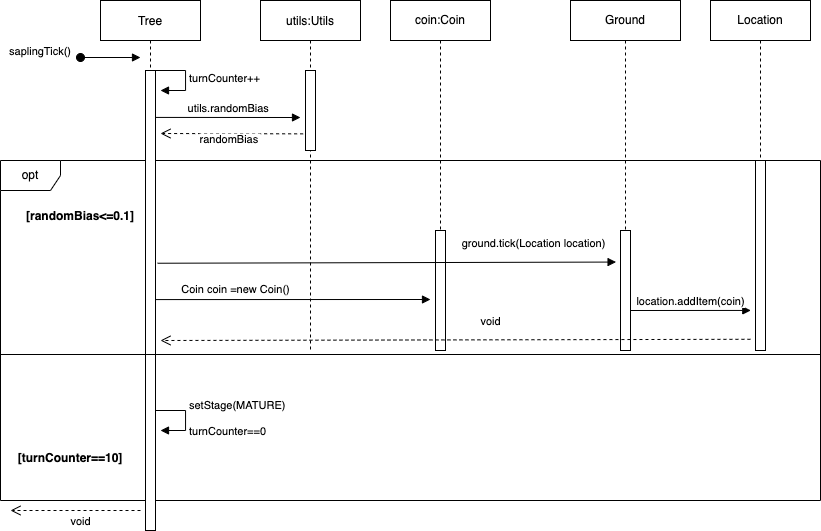
Before: design-docs/REQ1_sequencediagram.png, a diagram exported from draw.io (syedzubinhafiz/supermario). Source tidied: cells renumbered, new cells last; positions are measured from the earlier drawing's top-left corner, leaving out a move shared by most shapes.
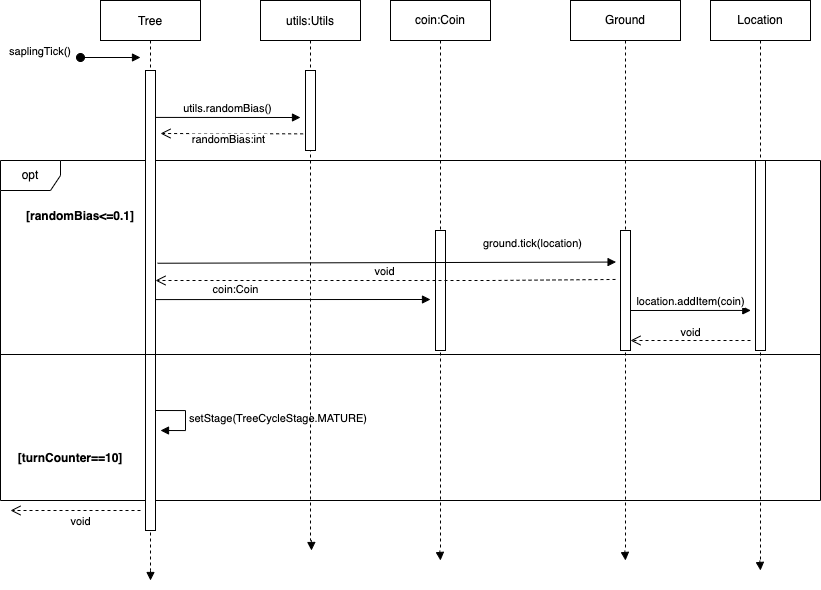
Later version of the same file.

Commit message:
sequence diagrams for req1&2 done

The edit, as a diff of the source:
```diff
@@ -6,7 +6,7 @@
       <mxGeometry y="160" width="820" height="340" as="geometry" />
     </mxCell>
     <mxCell id="3" value="Tree" style="shape=umlLifeline;perimeter=lifelinePerimeter;rounded=0;shadow=0;strokeWidth=1;" parent="1" vertex="1">
-      <mxGeometry x="100" width="100" height="530" as="geometry" />
+      <mxGeometry x="100" width="100" height="570" as="geometry" />
     </mxCell>
     <mxCell id="4" style="points=[];perimeter=orthogonalPerimeter;rounded=0;shadow=0;strokeWidth=1;" parent="3" vertex="1">
       <mxGeometry x="45" y="70" width="10" height="460" as="geometry" />
@@ -18,7 +18,7 @@
         <mxPoint x="-40" y="-37" as="offset" />
       </mxGeometry>
     </mxCell>
-    <mxCell id="6" value="setStage(MATURE)&lt;br&gt;&lt;br&gt;turnCounter==0" style="edgeStyle=orthogonalEdgeStyle;html=1;align=left;spacingLeft=2;endArrow=block;rounded=0;" parent="3" edge="1">
+    <mxCell id="6" value="setStage(TreeCycleStage.MATURE)" style="edgeStyle=orthogonalEdgeStyle;html=1;align=left;spacingLeft=2;endArrow=block;rounded=0;" parent="3" edge="1">
       <mxGeometry relative="1" as="geometry">
         <mxPoint x="55" y="410" as="sourcePoint" />
         <mxPoint x="60" y="430" as="targetPoint" />
@@ -27,17 +27,8 @@
         </Array>
       </mxGeometry>
     </mxCell>
-    <mxCell id="7" value="turnCounter++" style="edgeStyle=orthogonalEdgeStyle;html=1;align=left;spacingLeft=2;endArrow=block;rounded=0;entryX=1;entryY=0;" parent="3" edge="1">
-      <mxGeometry relative="1" as="geometry">
-        <mxPoint x="55" y="70" as="sourcePoint" />
-        <mxPoint x="60" y="90" as="targetPoint" />
-        <Array as="points">
-          <mxPoint x="85" y="70" />
-        </Array>
-      </mxGeometry>
-    </mxCell>
     <mxCell id="8" value="utils:Utils" style="shape=umlLifeline;perimeter=lifelinePerimeter;rounded=0;shadow=0;strokeWidth=1;" parent="1" vertex="1">
-      <mxGeometry x="260" width="100" height="350" as="geometry" />
+      <mxGeometry x="260" width="100" height="540" as="geometry" />
     </mxCell>
     <mxCell id="9" style="points=[];perimeter=orthogonalPerimeter;rounded=0;shadow=0;strokeWidth=1;" parent="8" vertex="1">
       <mxGeometry x="45" y="70" width="10" height="80" as="geometry" />
@@ -45,12 +36,12 @@
     <mxCell id="10" style="line;strokeWidth=1;fillColor=none;align=left;verticalAlign=middle;spacingTop=-1;spacingLeft=3;spacingRight=3;labelPosition=right;" parent="8" vertex="1">
       <mxGeometry x="-260" y="350" width="820" height="8" as="geometry" />
     </mxCell>
-    <mxCell id="11" value="randomBias" style="verticalAlign=bottom;endArrow=open;dashed=1;endSize=8;shadow=0;strokeWidth=1;exitX=-0.238;exitY=0.792;exitDx=0;exitDy=0;exitPerimeter=0;" parent="1" edge="1" source="9">
+    <mxCell id="11" value="randomBias:int" style="verticalAlign=bottom;endArrow=open;dashed=1;endSize=8;shadow=0;strokeWidth=1;exitX=-0.238;exitY=0.792;exitDx=0;exitDy=0;exitPerimeter=0;" parent="1" edge="1" source="9">
       <mxGeometry x="0.03" y="15" relative="1" as="geometry">
         <mxPoint x="160" y="133" as="targetPoint" />
       </mxGeometry>
     </mxCell>
-    <mxCell id="12" value="utils.randomBias" style="verticalAlign=bottom;endArrow=block;shadow=0;strokeWidth=1;exitX=0.952;exitY=0.102;exitDx=0;exitDy=0;exitPerimeter=0;" parent="1" edge="1" source="4">
+    <mxCell id="12" value="utils.randomBias()" style="verticalAlign=bottom;endArrow=block;shadow=0;strokeWidth=1;exitX=0.952;exitY=0.102;exitDx=0;exitDy=0;exitPerimeter=0;" parent="1" edge="1" source="4">
       <mxGeometry x="0.01" relative="1" as="geometry">
         <mxPoint x="300" y="117" as="targetPoint" />
       </mxGeometry>
@@ -59,13 +50,13 @@
       <mxGeometry x="30" y="200" width="100" height="30" as="geometry" />
     </mxCell>
     <mxCell id="14" value="coin:Coin" style="shape=umlLifeline;perimeter=lifelinePerimeter;whiteSpace=wrap;html=1;outlineConnect=0;" parent="1" vertex="1">
-      <mxGeometry x="390" width="100" height="350" as="geometry" />
+      <mxGeometry x="390" width="100" height="550" as="geometry" />
     </mxCell>
     <mxCell id="15" style="html=1;perimeter=orthogonalPerimeter;" parent="14" vertex="1">
       <mxGeometry x="45" y="230" width="10" height="120" as="geometry" />
     </mxCell>
     <mxCell id="16" value="Ground" style="shape=umlLifeline;perimeter=lifelinePerimeter;whiteSpace=wrap;html=1;outlineConnect=0;size=40;" parent="1" vertex="1">
-      <mxGeometry x="570" width="110" height="350" as="geometry" />
+      <mxGeometry x="570" width="110" height="550" as="geometry" />
     </mxCell>
     <mxCell id="17" value="location.addItem(coin)" style="html=1;verticalAlign=bottom;endArrow=block;rounded=0;entryX=0.915;entryY=0.441;entryDx=0;entryDy=0;entryPerimeter=0;" parent="16" edge="1" target="2">
       <mxGeometry relative="1" as="geometry">
@@ -78,23 +69,24 @@
     <mxCell id="19" value="[turnCounter==10]" style="text;align=center;fontStyle=1;verticalAlign=middle;spacingLeft=3;spacingRight=3;strokeColor=none;" parent="1" vertex="1">
       <mxGeometry x="30" y="444" width="80" height="26" as="geometry" />
     </mxCell>
-    <mxCell id="20" value="ground.tick(Location location)" style="html=1;verticalAlign=bottom;endArrow=block;rounded=0;entryX=-0.442;entryY=0.263;entryDx=0;entryDy=0;entryPerimeter=0;exitX=1.2;exitY=0.419;exitDx=0;exitDy=0;exitPerimeter=0;" parent="1" edge="1" source="4" target="18">
+    <mxCell id="20" value="ground.tick(location)" style="html=1;verticalAlign=bottom;endArrow=block;rounded=0;entryX=-0.442;entryY=0.263;entryDx=0;entryDy=0;entryPerimeter=0;exitX=1.2;exitY=0.419;exitDx=0;exitDy=0;exitPerimeter=0;" parent="1" edge="1" source="4" target="18">
       <mxGeometry x="0.64" y="10" relative="1" as="geometry" />
     </mxCell>
-    <mxCell id="21" value="Coin coin =new Coin()" style="html=1;verticalAlign=bottom;endArrow=block;rounded=0;exitX=1;exitY=0.498;exitDx=0;exitDy=0;exitPerimeter=0;" parent="1" edge="1" source="4">
+    <mxCell id="21" value="coin:Coin" style="html=1;verticalAlign=bottom;endArrow=block;rounded=0;exitX=1;exitY=0.498;exitDx=0;exitDy=0;exitPerimeter=0;" parent="1" edge="1" source="4">
       <mxGeometry x="-0.42" y="1" relative="1" as="geometry">
         <mxPoint x="430" y="299" as="targetPoint" />
       </mxGeometry>
     </mxCell>
     <mxCell id="22" value="Location" style="shape=umlLifeline;perimeter=lifelinePerimeter;whiteSpace=wrap;html=1;outlineConnect=0;" parent="1" vertex="1">
-      <mxGeometry x="710" width="100" height="350" as="geometry" />
+      <mxGeometry x="710" width="100" height="560" as="geometry" />
     </mxCell>
     <mxCell id="23" style="html=1;points=[];perimeter=orthogonalPerimeter;" parent="22" vertex="1">
       <mxGeometry x="45" y="160" width="10" height="190" as="geometry" />
     </mxCell>
-    <mxCell id="24" value="void" style="html=1;verticalAlign=bottom;endArrow=open;dashed=1;endSize=8;rounded=0;exitX=-0.506;exitY=0.941;exitDx=0;exitDy=0;exitPerimeter=0;" parent="22" edge="1" source="23">
-      <mxGeometry x="-0.12" y="-9" relative="1" as="geometry">
-        <mxPoint x="-550" y="340" as="targetPoint" />
+    <mxCell id="24" value="void" style="html=1;verticalAlign=bottom;endArrow=open;dashed=1;endSize=8;rounded=0;" parent="22" edge="1">
+      <mxGeometry y="1" relative="1" as="geometry">
+        <mxPoint x="40" y="340" as="sourcePoint" />
+        <mxPoint x="-80" y="340" as="targetPoint" />
       </mxGeometry>
     </mxCell>
     <mxCell id="25" value="void" style="html=1;verticalAlign=bottom;endArrow=open;dashed=1;endSize=8;rounded=0;" parent="1" edge="1">
@@ -103,5 +95,37 @@
         <mxPoint x="10" y="510" as="targetPoint" />
       </mxGeometry>
     </mxCell>
+    <mxCell id="26" value="void" style="html=1;verticalAlign=bottom;endArrow=open;dashed=1;endSize=8;rounded=0;exitX=-0.5;exitY=0.408;exitDx=0;exitDy=0;exitPerimeter=0;" parent="1" edge="1" source="18" target="4">
+      <mxGeometry relative="1" as="geometry">
+        <Array as="points">
+          <mxPoint x="490" y="280" />
+        </Array>
+      </mxGeometry>
+    </mxCell>
+    <mxCell id="27" style="html=1;verticalAlign=bottom;endArrow=block;rounded=0;exitX=0.5;exitY=1;exitDx=0;exitDy=0;exitPerimeter=0;" parent="1" edge="1" source="3">
+      <mxGeometry relative="1" as="geometry">
+        <mxPoint x="150" y="580" as="targetPoint" />
+      </mxGeometry>
+    </mxCell>
+    <mxCell id="28" style="html=1;verticalAlign=bottom;endArrow=block;rounded=0;exitX=0.508;exitY=0.999;exitDx=0;exitDy=0;exitPerimeter=0;" parent="1" edge="1" source="8">
+      <mxGeometry relative="1" as="geometry">
+        <mxPoint x="311" y="550" as="targetPoint" />
+      </mxGeometry>
+    </mxCell>
+    <mxCell id="29" style="html=1;verticalAlign=bottom;endArrow=block;rounded=0;" parent="1" edge="1" source="14">
+      <mxGeometry relative="1" as="geometry">
+        <mxPoint x="440" y="560" as="targetPoint" />
+      </mxGeometry>
+    </mxCell>
+    <mxCell id="30" style="html=1;verticalAlign=bottom;endArrow=block;rounded=0;" parent="1" edge="1" source="16">
+      <mxGeometry relative="1" as="geometry">
+        <mxPoint x="625" y="560" as="targetPoint" />
+      </mxGeometry>
+    </mxCell>
+    <mxCell id="31" style="html=1;verticalAlign=bottom;endArrow=block;rounded=0;" parent="1" edge="1" source="22">
+      <mxGeometry relative="1" as="geometry">
+        <mxPoint x="760" y="570" as="targetPoint" />
+      </mxGeometry>
+    </mxCell>
   </root>
 </mxGraphModel>
```
